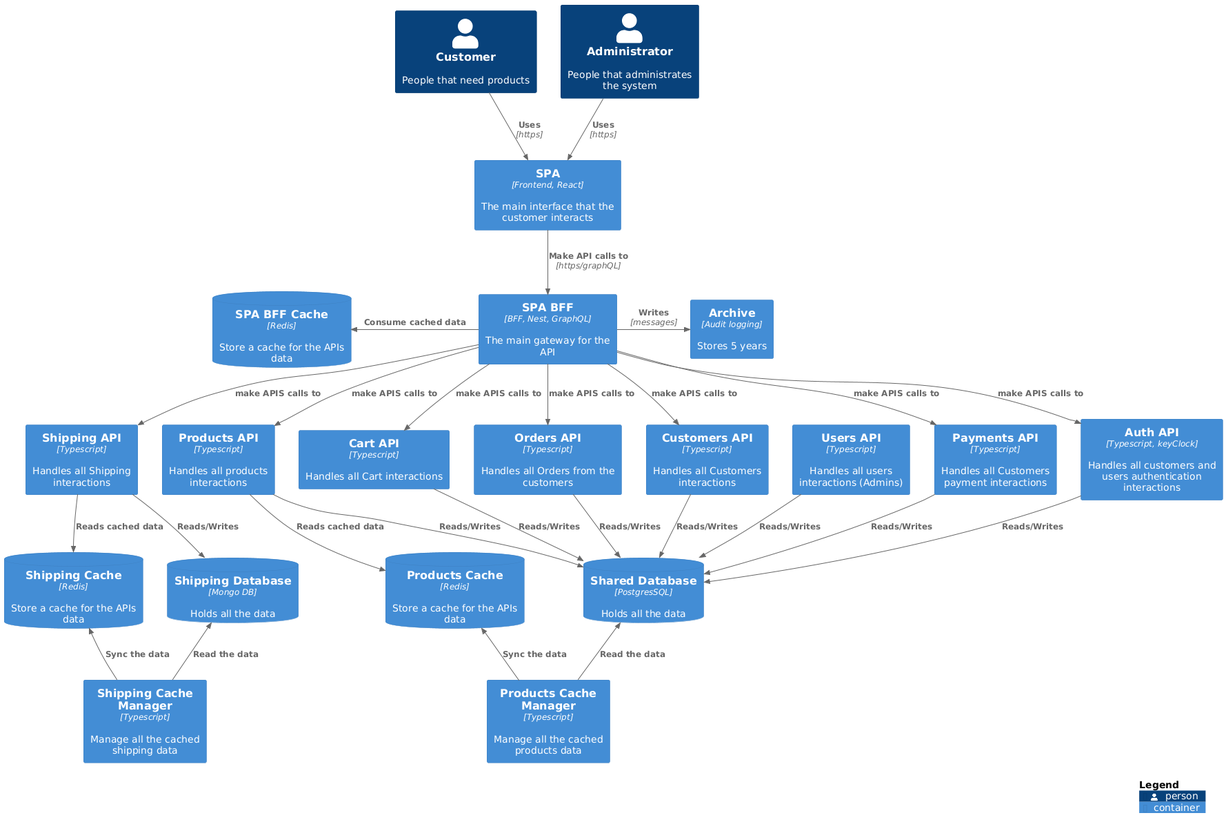
Before: architecture/diagrams/medium-scenario-container.png, a diagram exported from PlantUML (andersoncontreira/ecommerce-microservices-stack).
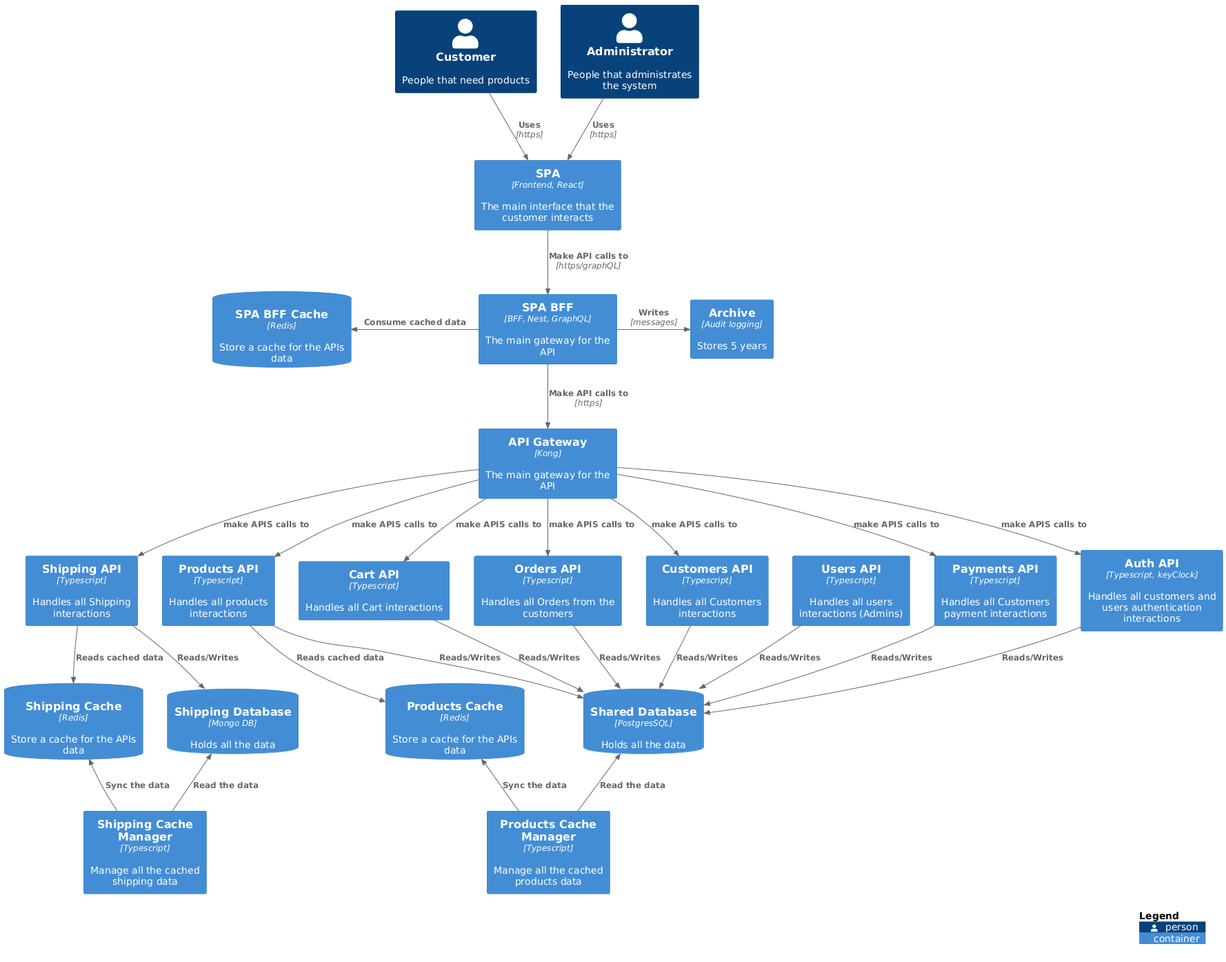
The same file after the commit.

Commit message:
Architecture diagrams updated

Change to the diagram source:
```diff
@@ -8,6 +8,8 @@
 
 Container(spa_bff, "SPA BFF", "BFF, Nest, GraphQL", "The main gateway for the API")
 
+
+Container(api_gateway, "API Gateway", "Kong", "The main gateway for the API")
 Container(products_api, "Products API", "Typescript", "Handles all products interactions")
 Container(products_cache_manager, "Products Cache Manager", "Typescript", "Manage all the cached products data")
 
@@ -38,13 +40,15 @@
 
 Rel_L(spa_bff, spa_bff_cache, "Consume cached data")
 
-Rel(spa_bff, products_api, "make APIS calls to")
-Rel(spa_bff, orders_api, "make APIS calls to")
-Rel(spa_bff, customers_api, "make APIS calls to")
-Rel(spa_bff, shipping_api, "make APIS calls to")
-Rel(spa_bff, payments_api, "make APIS calls to")
-Rel(spa_bff, cart_api, "make APIS calls to")
-Rel(spa_bff, auth_api, "make APIS calls to")
+Rel(spa_bff, api_gateway, "Make API calls to", "https")
+
+Rel(api_gateway, products_api, "make APIS calls to")
+Rel(api_gateway, orders_api, "make APIS calls to")
+Rel(api_gateway, customers_api, "make APIS calls to")
+Rel(api_gateway, shipping_api, "make APIS calls to")
+Rel(api_gateway, payments_api, "make APIS calls to")
+Rel(api_gateway, cart_api, "make APIS calls to")
+Rel(api_gateway, auth_api, "make APIS calls to")
 
 
 Rel_R(spa_bff, archive, "Writes", "messages", $tags="backup")
```
